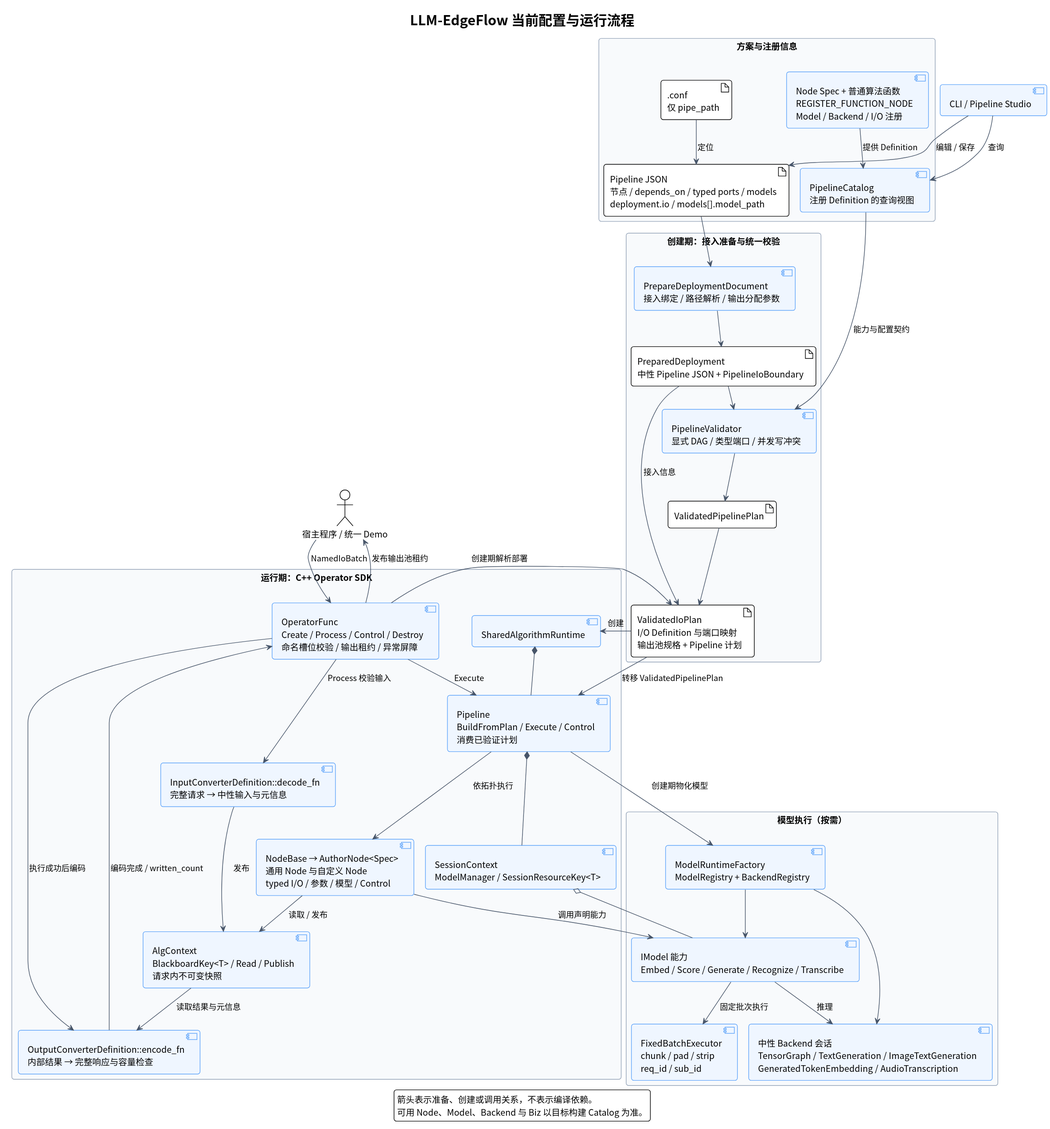
The PlantUML diagram doc/assets/architecture_flow.svg in chamsechan/LLM-EdgeFlow, before a commit. Its source is kept beside it as doc/architecture_flow.puml.
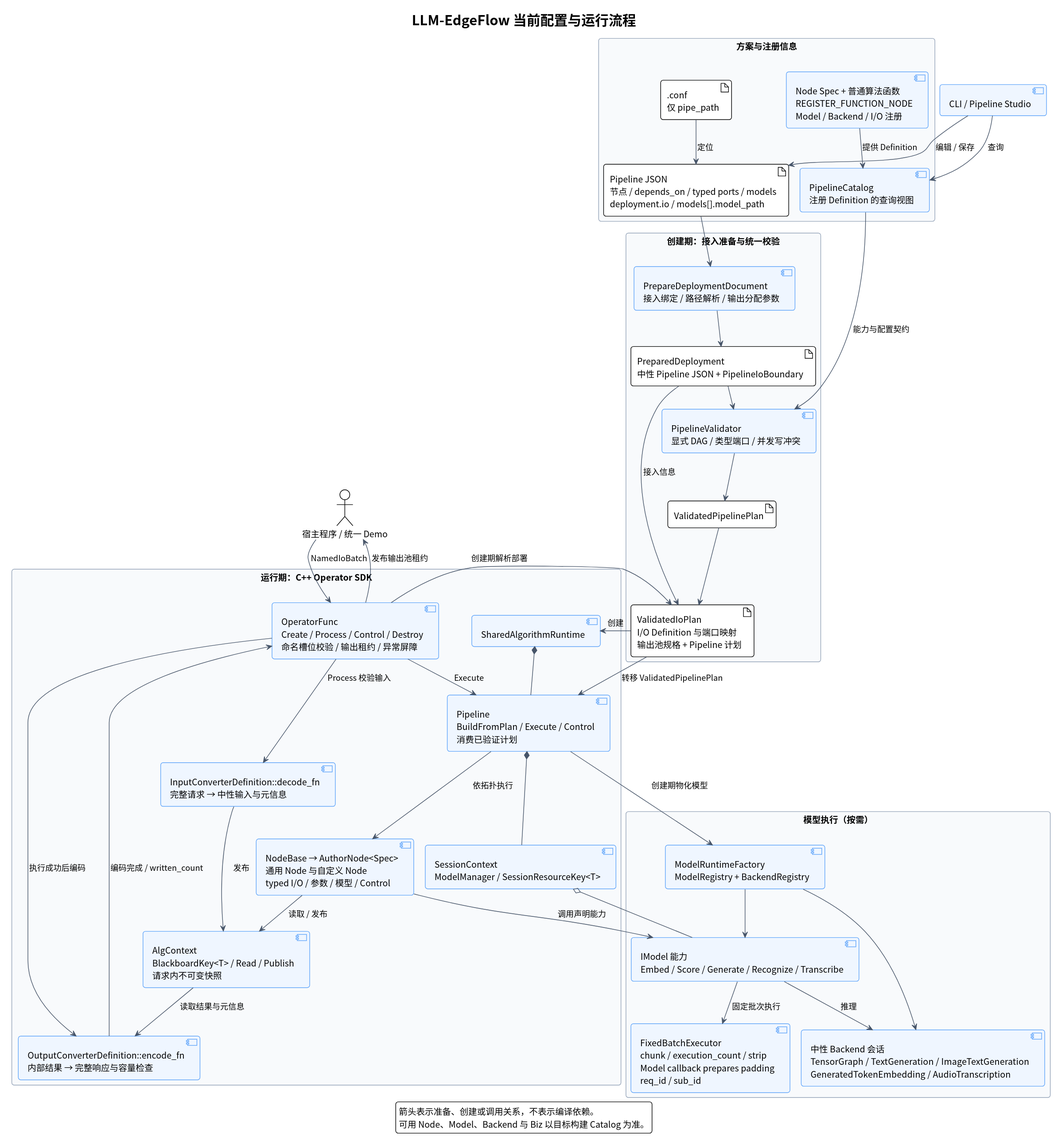
The same file after the commit.

Diff of the diagram source:
```diff
@@ -51,7 +51,7 @@
   component "ModelRuntimeFactory\nModelRegistry + BackendRegistry" as Factory
   component "IModel 能力\nEmbed / Score / Generate / Recognize / Transcribe" as Model
   component "中性 Backend 会话\nTensorGraph / TextGeneration / ImageTextGeneration\nGeneratedTokenEmbedding / AudioTranscription" as Backend
-  component "FixedBatchExecutor\nchunk / pad / strip\nreq_id / sub_id" as Batch
+  component "FixedBatchExecutor\nchunk / execution_count / strip\nModel callback prepares padding\nreq_id / sub_id" as Batch
 }
 
 Tools --> Catalog : 查询
```
